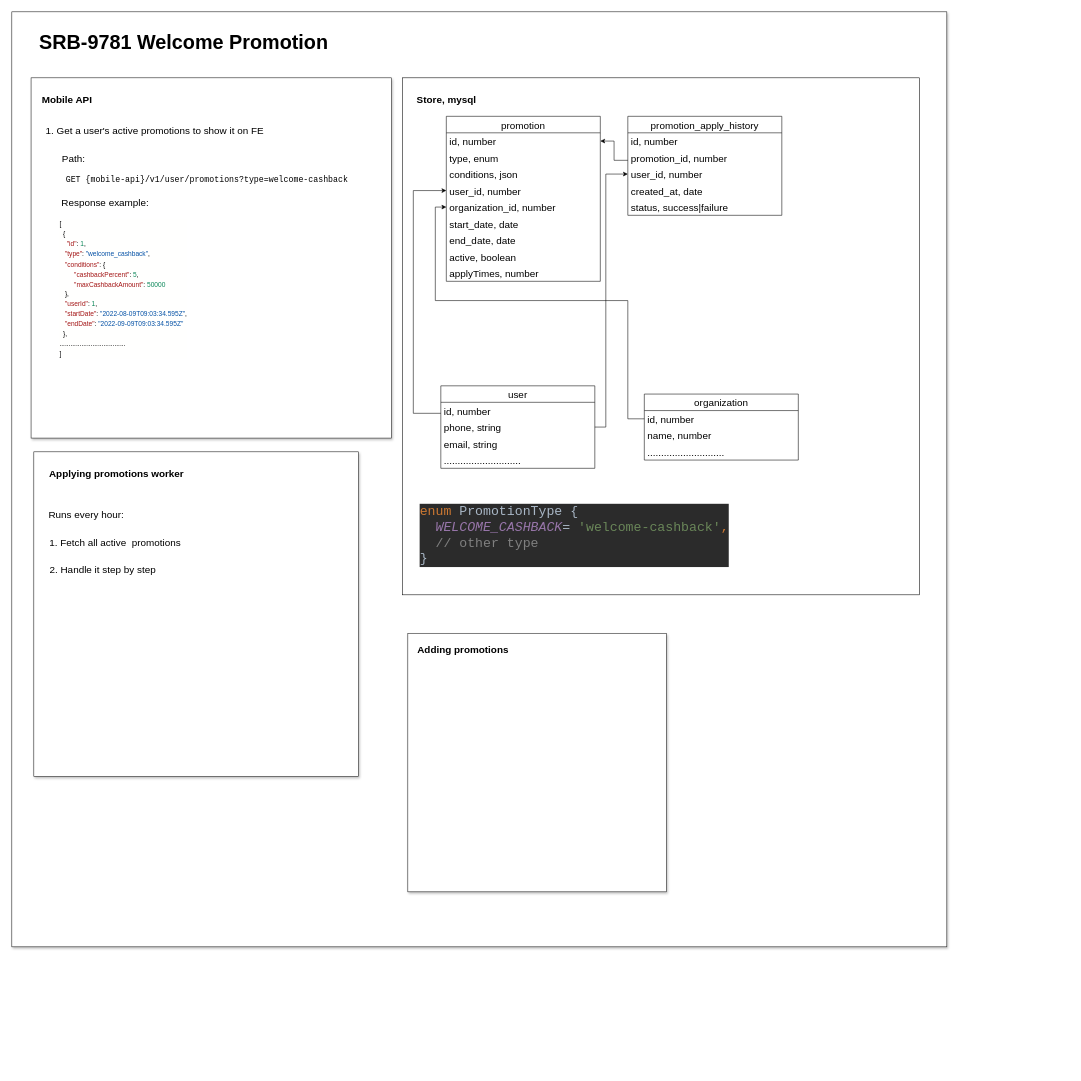
Above: diagrams/Untitled Diagram.drawio in koldunb/draw-io (draw.io), before the change. Source tidied: cells renumbered, new cells numbered last; positions are measured from the earlier drawing's top-left corner, leaving out a move shared by most shapes. Both pictures are drawn from the tidied source at 55%, with x=0, y=0 at pixel (12, 12).
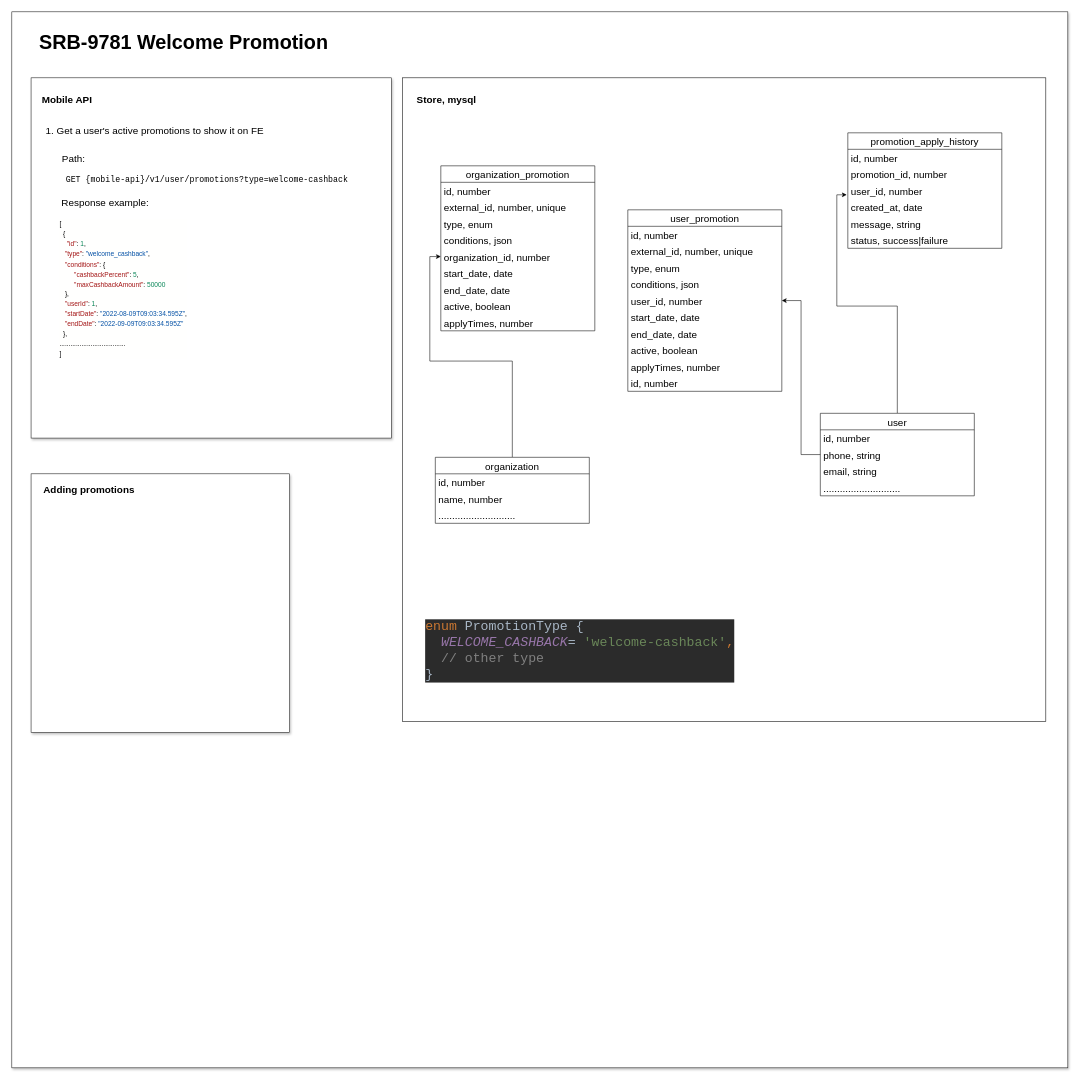
The same diagram, later.

The change refers to these unchanged cells:
```xml
<mxCell id="8" value="id, number" style="text;strokeColor=none;fillColor=none;align=left;verticalAlign=middle;spacingLeft=4;spacingRight=4;overflow=hidden;points=[[0,0.5],[1,0.5]];portConstraint=eastwest;fontSize=18;" parent="7" vertex="1">
  <mxGeometry y="30" width="280" height="30" as="geometry" />
</mxCell>
<mxCell id="12" value="organization_id, number" style="text;strokeColor=none;fillColor=none;align=left;verticalAlign=middle;spacingLeft=4;spacingRight=4;overflow=hidden;points=[[0,0.5],[1,0.5]];portConstraint=eastwest;fontSize=18;" parent="7" vertex="1">
  <mxGeometry y="150" width="280" height="30" as="geometry" />
</mxCell>
<mxCell id="21" value="phone, string" style="text;strokeColor=none;fillColor=none;align=left;verticalAlign=middle;spacingLeft=4;spacingRight=4;overflow=hidden;points=[[0,0.5],[1,0.5]];portConstraint=eastwest;fontSize=18;" parent="19" vertex="1">
  <mxGeometry y="60" width="280" height="30" as="geometry" />
</mxCell>
<mxCell id="38" value="user_id, number" style="text;strokeColor=none;fillColor=none;align=left;verticalAlign=middle;spacingLeft=4;spacingRight=4;overflow=hidden;points=[[0,0.5],[1,0.5]];portConstraint=eastwest;fontSize=18;" parent="35" vertex="1">
  <mxGeometry y="90" width="280" height="30" as="geometry" />
</mxCell>
```

What changed in the source:
```diff
@@
     <mxCell id="2" style="whiteSpace=wrap;html=1;shadow=1;fontSize=18;strokeColor=#1A1A1A;fillColor=#FFFFFF;" parent="1" vertex="1">
-      <mxGeometry width="1700" height="1700" as="geometry" />
+      <mxGeometry width="1920" height="1920" as="geometry" />
     </mxCell>
-    <mxCell id="3" style="whiteSpace=wrap;html=1;shadow=1;fontSize=24;strokeColor=#1A1A1A;fillColor=#FFFFFF;" parent="1" vertex="1">
-      <mxGeometry x="40" y="800" width="590" height="590" as="geometry" />
-    </mxCell>
@@
     <mxCell id="5" style="whiteSpace=wrap;html=1;" parent="1" vertex="1">
-      <mxGeometry x="710" y="120" width="940" height="940" as="geometry" />
+      <mxGeometry x="710" y="120" width="1170" height="1170" as="geometry" />
     </mxCell>
@@
-    <mxCell id="7" value="promotion" style="swimlane;fontStyle=0;horizontal=1;startSize=30;fontSize=18;" parent="1" vertex="1">
-      <mxGeometry x="790" y="190" width="280" height="300" as="geometry" />
+    <mxCell id="7" value="organization_promotion" style="swimlane;fontStyle=0;horizontal=1;startSize=30;fontSize=18;" parent="1" vertex="1">
+      <mxGeometry x="780" y="280" width="280" height="300" as="geometry" />
     </mxCell>
@@
+    <mxCell id="50" value="external_id, number, unique" style="text;strokeColor=none;fillColor=none;align=left;verticalAlign=middle;spacingLeft=4;spacingRight=4;overflow=hidden;fontSize=18;" parent="7" vertex="1">
+      <mxGeometry y="60" width="280" height="30" as="geometry" />
+    </mxCell>
     <mxCell id="9" value="type, enum" style="text;strokeColor=none;fillColor=none;align=left;verticalAlign=middle;spacingLeft=4;spacingRight=4;overflow=hidden;fontSize=18;" parent="7" vertex="1">
-      <mxGeometry y="60" width="280" height="30" as="geometry" />
+      <mxGeometry y="90" width="280" height="30" as="geometry" />
     </mxCell>
     <mxCell id="10" value="conditions, json" style="text;strokeColor=none;fillColor=none;align=left;verticalAlign=middle;spacingLeft=4;spacingRight=4;overflow=hidden;fontSize=18;" parent="7" vertex="1">
-      <mxGeometry y="90" width="280" height="30" as="geometry" />
+      <mxGeometry y="120" width="280" height="30" as="geometry" />
     </mxCell>
-    <mxCell id="11" value="user_id, number" style="text;strokeColor=none;fillColor=none;align=left;verticalAlign=middle;spacingLeft=4;spacingRight=4;overflow=hidden;points=[[0,0.5],[1,0.5]];portConstraint=eastwest;fontSize=18;" parent="7" vertex="1">
-      <mxGeometry y="120" width="280" height="30" as="geometry" />
-    </mxCell>
@@
-    <mxCell id="17" style="edgeStyle=orthogonalEdgeStyle;rounded=0;jettySize=auto;html=1;entryX=0;entryY=0.5;entryDx=0;entryDy=0;fontSize=18;" parent="1" edge="1" source="19" target="11">
-      <mxGeometry relative="1" as="geometry">
-        <Array as="points">
-          <mxPoint x="730" y="730" />
-          <mxPoint x="730" y="325" />
-        </Array>
-      </mxGeometry>
-    </mxCell>
-    <mxCell id="18" style="edgeStyle=orthogonalEdgeStyle;rounded=0;jettySize=auto;html=1;entryX=0;entryY=0.5;entryDx=0;entryDy=0;fontSize=18;" parent="1" edge="1" source="19" target="38">
-      <mxGeometry relative="1" as="geometry">
-        <Array as="points">
-          <mxPoint x="1080" y="755" />
-          <mxPoint x="1080" y="295" />
-        </Array>
-      </mxGeometry>
+    <mxCell id="18" style="edgeStyle=orthogonalEdgeStyle;rounded=0;jettySize=auto;html=1;entryX=-0.007;entryY=0.756;entryDx=0;entryDy=0;entryPerimeter=0;" parent="1" edge="1" source="19" target="38">
+      <mxGeometry relative="1" as="geometry" />
     </mxCell>
     <mxCell id="19" value="user" style="swimlane;fontStyle=0;horizontal=1;startSize=30;fontSize=18;" parent="1" vertex="1">
-      <mxGeometry x="780" y="680" width="280" height="150" as="geometry" />
+      <mxGeometry x="1470" y="730" width="280" height="150" as="geometry" />
     </mxCell>
@@
-    <mxCell id="27" value="1. &lt;font style=&quot;font-size: 18px;&quot;&gt;Fetch all&amp;nbsp;active&amp;nbsp; promotions&lt;/font&gt;&amp;nbsp;" style="text;html=1;align=center;verticalAlign=middle;strokeColor=none;fillColor=none;fontSize=18;" parent="1" vertex="1">
-      <mxGeometry x="60" y="950" width="260" height="30" as="geometry" />
-    </mxCell>
-    <mxCell id="28" value="2. Handle it step by step" style="text;html=1;align=center;verticalAlign=middle;strokeColor=none;fillColor=none;fontSize=18;" parent="1" vertex="1">
-      <mxGeometry x="60" y="1000" width="210" height="30" as="geometry" />
-    </mxCell>
-    <mxCell id="29" style="edgeStyle=orthogonalEdgeStyle;rounded=0;jettySize=auto;html=1;entryX=0;entryY=0.5;entryDx=0;entryDy=0;fontSize=18;" parent="1" edge="1" source="30" target="12">
-      <mxGeometry relative="1" as="geometry">
-        <Array as="points">
-          <mxPoint x="1120" y="740" />
-          <mxPoint x="1120" y="525" />
-          <mxPoint x="770" y="525" />
-          <mxPoint x="770" y="355" />
-        </Array>
-      </mxGeometry>
+    <mxCell id="29" style="edgeStyle=orthogonalEdgeStyle;rounded=0;jettySize=auto;html=1;" parent="1" edge="1" source="30" target="12">
+      <mxGeometry relative="1" as="geometry" />
     </mxCell>
     <mxCell id="30" value="organization" style="swimlane;fontStyle=0;horizontal=1;startSize=30;fontSize=18;" parent="1" vertex="1">
-      <mxGeometry x="1150" y="695" width="280" height="120" as="geometry" />
+      <mxGeometry x="770" y="810" width="280" height="120" as="geometry" />
     </mxCell>
@@
-    <mxCell id="34" style="edgeStyle=orthogonalEdgeStyle;rounded=0;jettySize=auto;html=1;entryX=1;entryY=0.5;entryDx=0;entryDy=0;fontSize=24;" parent="1" edge="1" source="35" target="8">
-      <mxGeometry relative="1" as="geometry">
-        <Array as="points">
-          <mxPoint x="1095" y="270" />
-          <mxPoint x="1095" y="235" />
-        </Array>
-      </mxGeometry>
-    </mxCell>
     <mxCell id="35" value="promotion_apply_history" style="swimlane;fontStyle=0;horizontal=1;startSize=30;fontSize=18;" parent="1" vertex="1">
-      <mxGeometry x="1120" y="190" width="280" height="180" as="geometry" />
+      <mxGeometry x="1520" y="220" width="280" height="210" as="geometry" />
     </mxCell>
@@
+    <mxCell id="51" value="message, string" style="text;strokeColor=none;fillColor=none;align=left;verticalAlign=middle;spacingLeft=4;spacingRight=4;overflow=hidden;fontSize=18;" parent="35" vertex="1">
+      <mxGeometry y="150" width="280" height="30" as="geometry" />
+    </mxCell>
     <mxCell id="40" value="status, success|failure" style="text;strokeColor=none;fillColor=none;align=left;verticalAlign=middle;spacingLeft=4;spacingRight=4;overflow=hidden;fontSize=18;" parent="35" vertex="1">
-      <mxGeometry y="150" width="280" height="30" as="geometry" />
+      <mxGeometry y="180" width="280" height="30" as="geometry" />
     </mxCell>
     <mxCell id="41" value="&lt;pre style=&quot;background-color: rgb(43, 43, 43); color: rgb(169, 183, 198); font-family: &amp;quot;JetBrains Mono&amp;quot;, monospace;&quot;&gt;&lt;font style=&quot;font-size: 24px;&quot;&gt;&lt;span style=&quot;color: rgb(204, 120, 50);&quot;&gt;enum &lt;/span&gt;PromotionType {&lt;br&gt;  &lt;span style=&quot;color: rgb(152, 118, 170); font-style: italic;&quot;&gt;WELCOME_CASHBACK&lt;/span&gt;= &lt;span style=&quot;color: rgb(106, 135, 89);&quot;&gt;'welcome-cashback'&lt;/span&gt;&lt;span style=&quot;color: rgb(204, 120, 50);&quot;&gt;,&lt;br&gt;&lt;/span&gt;&lt;span style=&quot;color: rgb(204, 120, 50);&quot;&gt;  &lt;/span&gt;&lt;span style=&quot;color: rgb(128, 128, 128);&quot;&gt;// other type&lt;br&gt;&lt;/span&gt;}&lt;/font&gt;&lt;/pre&gt;" style="text;whiteSpace=wrap;html=1;fontSize=18;" parent="1" vertex="1">
-      <mxGeometry x="740" y="870" width="470" height="220" as="geometry" />
+      <mxGeometry x="750" y="1080" width="600" height="150" as="geometry" />
     </mxCell>
@@
-    <mxCell id="46" value="&lt;span style=&quot;font-size: 18px;&quot;&gt;&lt;b&gt;Applying promotions worker&lt;/b&gt;&lt;/span&gt;" style="text;html=1;align=center;verticalAlign=middle;strokeColor=none;fillColor=none;" parent="1" vertex="1">
-      <mxGeometry x="60" y="830" width="260" height="20" as="geometry" />
-    </mxCell>
-    <mxCell id="47" value="Runs every hour:" style="text;html=1;align=center;verticalAlign=middle;strokeColor=none;fillColor=none;fontSize=18;" parent="1" vertex="1">
-      <mxGeometry x="60" y="900" width="150" height="30" as="geometry" />
-    </mxCell>
     <mxCell id="48" style="whiteSpace=wrap;html=1;shadow=1;fontSize=18;strokeColor=#1A1A1A;fillColor=#FFFFFF;" parent="1" vertex="1">
-      <mxGeometry x="720" y="1130" width="470" height="470" as="geometry" />
+      <mxGeometry x="35" y="840" width="470" height="470" as="geometry" />
     </mxCell>
     <mxCell id="49" value="&lt;span style=&quot;font-size: 18px;&quot;&gt;&lt;b&gt;Adding promotions&lt;/b&gt;&lt;/span&gt;" style="text;html=1;align=center;verticalAlign=middle;strokeColor=none;fillColor=none;" parent="1" vertex="1">
-      <mxGeometry x="730" y="1150" width="180" height="20" as="geometry" />
+      <mxGeometry x="50" y="860" width="180" height="20" as="geometry" />
     </mxCell>
+    <mxCell id="52" value="user_promotion" style="swimlane;fontStyle=0;horizontal=1;startSize=30;fontSize=18;" parent="1" vertex="1">
+      <mxGeometry x="1120" y="360" width="280" height="330" as="geometry" />
+    </mxCell>
+    <mxCell id="53" value="id, number" style="text;strokeColor=none;fillColor=none;align=left;verticalAlign=middle;spacingLeft=4;spacingRight=4;overflow=hidden;fontSize=18;" parent="52" vertex="1">
+      <mxGeometry y="30" width="280" height="30" as="geometry" />
+    </mxCell>
+    <mxCell id="54" value="external_id, number, unique" style="text;strokeColor=none;fillColor=none;align=left;verticalAlign=middle;spacingLeft=4;spacingRight=4;overflow=hidden;fontSize=18;" parent="52" vertex="1">
+      <mxGeometry y="60" width="280" height="30" as="geometry" />
+    </mxCell>
+    <mxCell id="55" value="type, enum" style="text;strokeColor=none;fillColor=none;align=left;verticalAlign=middle;spacingLeft=4;spacingRight=4;overflow=hidden;fontSize=18;" parent="52" vertex="1">
+      <mxGeometry y="90" width="280" height="30" as="geometry" />
+    </mxCell>
+    <mxCell id="56" value="conditions, json" style="text;strokeColor=none;fillColor=none;align=left;verticalAlign=middle;spacingLeft=4;spacingRight=4;overflow=hidden;fontSize=18;" parent="52" vertex="1">
+      <mxGeometry y="120" width="280" height="30" as="geometry" />
+    </mxCell>
+    <mxCell id="11" value="user_id, number" style="text;strokeColor=none;fillColor=none;align=left;verticalAlign=middle;spacingLeft=4;spacingRight=4;overflow=hidden;points=[[0,0.5],[1,0.5]];portConstraint=eastwest;fontSize=18;" parent="52" vertex="1">
+      <mxGeometry y="150" width="280" height="30" as="geometry" />
+    </mxCell>
+    <mxCell id="57" value="start_date, date" style="text;strokeColor=none;fillColor=none;align=left;verticalAlign=middle;spacingLeft=4;spacingRight=4;overflow=hidden;fontSize=18;" parent="52" vertex="1">
+      <mxGeometry y="180" width="280" height="30" as="geometry" />
+    </mxCell>
+    <mxCell id="58" value="end_date, date" style="text;strokeColor=none;fillColor=none;align=left;verticalAlign=middle;spacingLeft=4;spacingRight=4;overflow=hidden;fontSize=18;" parent="52" vertex="1">
+      <mxGeometry y="210" width="280" height="30" as="geometry" />
+    </mxCell>
+    <mxCell id="59" value="active, boolean" style="text;strokeColor=none;fillColor=none;align=left;verticalAlign=middle;spacingLeft=4;spacingRight=4;overflow=hidden;fontSize=18;" parent="52" vertex="1">
+      <mxGeometry y="240" width="280" height="30" as="geometry" />
+    </mxCell>
+    <mxCell id="60" value="applyTimes, number" style="text;strokeColor=none;fillColor=none;align=left;verticalAlign=middle;spacingLeft=4;spacingRight=4;overflow=hidden;fontSize=18;" parent="52" vertex="1">
+      <mxGeometry y="270" width="280" height="30" as="geometry" />
+    </mxCell>
+    <mxCell id="61" value="id, number" style="text;strokeColor=none;fillColor=none;align=left;verticalAlign=middle;spacingLeft=4;spacingRight=4;overflow=hidden;fontSize=18;" parent="52" vertex="1">
+      <mxGeometry y="300" width="280" height="30" as="geometry" />
+    </mxCell>
+    <mxCell id="62" style="edgeStyle=orthogonalEdgeStyle;rounded=0;jettySize=auto;html=1;" parent="1" edge="1" source="21" target="11">
+      <mxGeometry relative="1" as="geometry" />
+    </mxCell>
```
